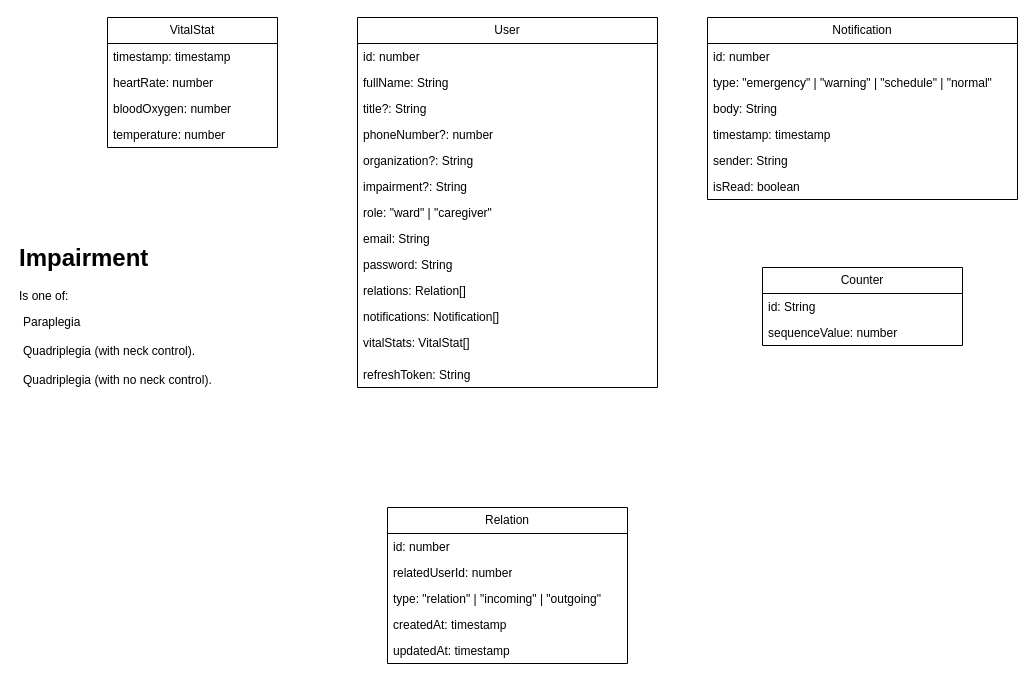
This is db_design.drawio from ahmed0nasser/gp-backend, a draw.io file, before an edit. Source tidied: cells renumbered, new cells numbered last; positions are measured from the earlier drawing's top-left corner, leaving out a move shared by most shapes. Both pictures are drawn from the tidied source at 100%, with x=0, y=0 at pixel (17, 17).
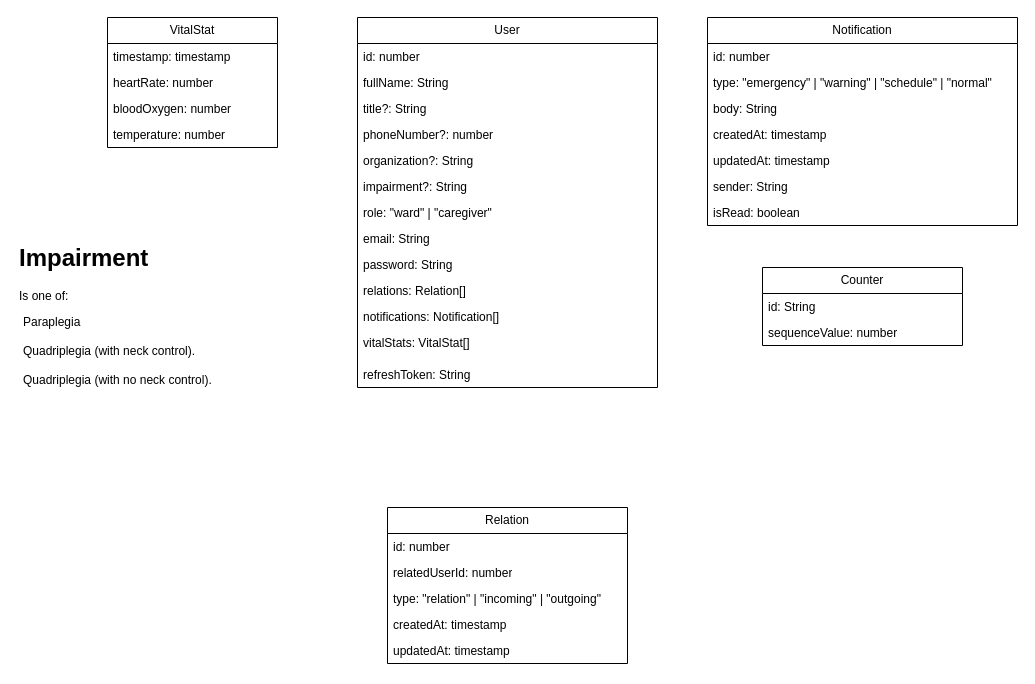
Above is the later version.

Commit message:
Sync drawio diagram with current DB design

What changed in the source:
```diff
@@
     <mxCell id="23" value="Notification" style="swimlane;fontStyle=0;horizontal=1;startSize=26;fillColor=none;whiteSpace=wrap;html=1;" parent="1" vertex="1">
-      <mxGeometry x="690" width="310" height="182" as="geometry" />
+      <mxGeometry x="690" width="310" height="208" as="geometry" />
     </mxCell>
@@
-    <mxCell id="27" value="timestamp: timestamp" style="text;strokeColor=none;fillColor=none;align=left;verticalAlign=top;spacingLeft=4;spacingRight=4;overflow=hidden;whiteSpace=wrap;html=1;" parent="23" vertex="1">
-      <mxGeometry y="104" width="310" height="26" as="geometry" />
-    </mxCell>
+    <mxCell id="38" value="createdAt: timestamp" style="text;strokeColor=none;fillColor=none;align=left;verticalAlign=top;spacingLeft=4;spacingRight=4;overflow=hidden;whiteSpace=wrap;html=1;" parent="23" vertex="1">
+      <mxGeometry y="104" width="310" height="26" as="geometry" />
+    </mxCell>
+    <mxCell id="39" value="updatedAt: timestamp" style="text;strokeColor=none;fillColor=none;align=left;verticalAlign=top;spacingLeft=4;spacingRight=4;overflow=hidden;whiteSpace=wrap;html=1;" parent="23" vertex="1">
+      <mxGeometry y="130" width="310" height="26" as="geometry" />
+    </mxCell>
     <mxCell id="28" value="sender: String" style="text;strokeColor=none;fillColor=none;align=left;verticalAlign=top;spacingLeft=4;spacingRight=4;overflow=hidden;whiteSpace=wrap;html=1;" parent="23" vertex="1">
-      <mxGeometry y="130" width="310" height="26" as="geometry" />
+      <mxGeometry y="156" width="310" height="26" as="geometry" />
     </mxCell>
     <mxCell id="29" value="isRead: boolean" style="text;strokeColor=none;fillColor=none;align=left;verticalAlign=top;spacingLeft=4;spacingRight=4;overflow=hidden;whiteSpace=wrap;html=1;" parent="23" vertex="1">
-      <mxGeometry y="156" width="310" height="26" as="geometry" />
+      <mxGeometry y="182" width="310" height="26" as="geometry" />
     </mxCell>
```
